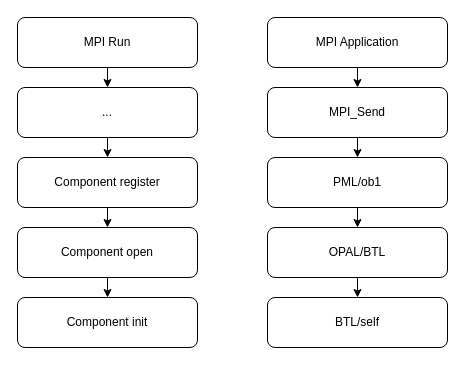
The draw.io diagram ompi/self-flow.drawio in Troyself/img-design-draw-io, before the edit. Source tidied: cells renumbered, new cells numbered last; positions are measured from the earlier drawing's top-left corner, leaving out a move shared by most shapes. Both pictures are drawn from the tidied source at 100%, with x=0, y=0 at pixel (17, 17).
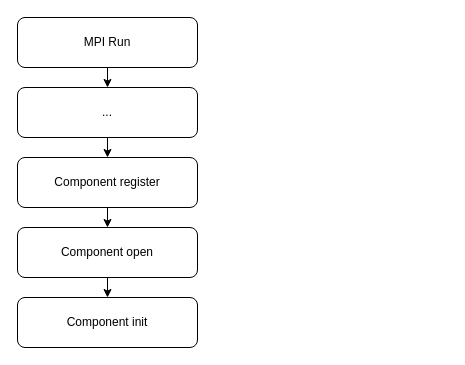
Above is the later version.

The edit, as a diff of the source:
```diff
@@
 <mxGraphModel>
   <root>
     <mxCell id="0" />
     <mxCell id="1" parent="0" />
     <mxCell id="2" style="edgeStyle=orthogonalEdgeStyle;rounded=0;jettySize=auto;html=1;exitX=0.5;exitY=1;exitDx=0;exitDy=0;entryX=0.5;entryY=0;entryDx=0;entryDy=0;fontFamily=Helvetica;fontSize=12;fontColor=default;" parent="1" edge="1" source="3" target="5">
       <mxGeometry relative="1" as="geometry" />
     </mxCell>
     <mxCell id="3" value="MPI Run" style="rounded=1;whiteSpace=wrap;html=1;fillColor=none;" parent="1" vertex="1">
       <mxGeometry width="180" height="50" as="geometry" />
     </mxCell>
     <mxCell id="4" style="edgeStyle=orthogonalEdgeStyle;rounded=0;jettySize=auto;html=1;exitX=0.5;exitY=1;exitDx=0;exitDy=0;entryX=0.5;entryY=0;entryDx=0;entryDy=0;fontFamily=Helvetica;fontSize=12;fontColor=default;" parent="1" edge="1" source="5" target="7">
       <mxGeometry relative="1" as="geometry" />
     </mxCell>
     <mxCell id="5" value="..." style="rounded=1;whiteSpace=wrap;html=1;fillColor=none;" parent="1" vertex="1">
       <mxGeometry y="70" width="180" height="50" as="geometry" />
     </mxCell>
     <mxCell id="6" style="edgeStyle=orthogonalEdgeStyle;rounded=0;jettySize=auto;html=1;exitX=0.5;exitY=1;exitDx=0;exitDy=0;entryX=0.5;entryY=0;entryDx=0;entryDy=0;fontFamily=Helvetica;fontSize=12;fontColor=default;" parent="1" edge="1" source="7" target="9">
       <mxGeometry relative="1" as="geometry" />
     </mxCell>
     <mxCell id="7" value="Component register" style="rounded=1;whiteSpace=wrap;html=1;fillColor=none;" parent="1" vertex="1">
       <mxGeometry y="140" width="180" height="50" as="geometry" />
     </mxCell>
     <mxCell id="8" style="edgeStyle=orthogonalEdgeStyle;rounded=0;jettySize=auto;html=1;exitX=0.5;exitY=1;exitDx=0;exitDy=0;entryX=0.5;entryY=0;entryDx=0;entryDy=0;fontFamily=Helvetica;fontSize=12;fontColor=default;" parent="1" edge="1" source="9" target="10">
       <mxGeometry relative="1" as="geometry" />
     </mxCell>
     <mxCell id="9" value="Component open" style="rounded=1;whiteSpace=wrap;html=1;fillColor=none;" parent="1" vertex="1">
       <mxGeometry y="210" width="180" height="50" as="geometry" />
     </mxCell>
     <mxCell id="10" value="Component init" style="rounded=1;whiteSpace=wrap;html=1;fillColor=none;" parent="1" vertex="1">
       <mxGeometry y="280" width="180" height="50" as="geometry" />
     </mxCell>
-    <mxCell id="11" style="edgeStyle=orthogonalEdgeStyle;rounded=0;jettySize=auto;html=1;exitX=0.5;exitY=1;exitDx=0;exitDy=0;entryX=0.5;entryY=0;entryDx=0;entryDy=0;fontFamily=Helvetica;fontSize=12;fontColor=default;" parent="1" edge="1" source="12" target="14">
-      <mxGeometry relative="1" as="geometry" />
-    </mxCell>
-    <mxCell id="12" value="MPI Application" style="rounded=1;whiteSpace=wrap;html=1;fillColor=none;" parent="1" vertex="1">
-      <mxGeometry x="250" width="180" height="50" as="geometry" />
-    </mxCell>
-    <mxCell id="13" style="edgeStyle=orthogonalEdgeStyle;rounded=0;jettySize=auto;html=1;exitX=0.5;exitY=1;exitDx=0;exitDy=0;entryX=0.5;entryY=0;entryDx=0;entryDy=0;fontFamily=Helvetica;fontSize=12;fontColor=default;" parent="1" edge="1" source="14" target="16">
-      <mxGeometry relative="1" as="geometry" />
-    </mxCell>
-    <mxCell id="14" value="MPI_Send" style="rounded=1;whiteSpace=wrap;html=1;fillColor=none;" parent="1" vertex="1">
-      <mxGeometry x="250" y="70" width="180" height="50" as="geometry" />
-    </mxCell>
-    <mxCell id="15" style="edgeStyle=orthogonalEdgeStyle;rounded=0;jettySize=auto;html=1;exitX=0.5;exitY=1;exitDx=0;exitDy=0;entryX=0.5;entryY=0;entryDx=0;entryDy=0;fontFamily=Helvetica;fontSize=12;fontColor=default;" parent="1" edge="1" source="16" target="18">
-      <mxGeometry relative="1" as="geometry" />
-    </mxCell>
-    <mxCell id="16" value="PML/ob1" style="rounded=1;whiteSpace=wrap;html=1;fillColor=none;" parent="1" vertex="1">
-      <mxGeometry x="250" y="140" width="180" height="50" as="geometry" />
-    </mxCell>
-    <mxCell id="17" style="edgeStyle=orthogonalEdgeStyle;rounded=0;jettySize=auto;html=1;exitX=0.5;exitY=1;exitDx=0;exitDy=0;entryX=0.5;entryY=0;entryDx=0;entryDy=0;fontFamily=Helvetica;fontSize=12;fontColor=default;" parent="1" edge="1" source="18" target="19">
-      <mxGeometry relative="1" as="geometry" />
-    </mxCell>
-    <mxCell id="18" value="OPAL/BTL" style="rounded=1;whiteSpace=wrap;html=1;fillColor=none;" parent="1" vertex="1">
-      <mxGeometry x="250" y="210" width="180" height="50" as="geometry" />
-    </mxCell>
-    <mxCell id="19" value="BTL/self" style="rounded=1;whiteSpace=wrap;html=1;fillColor=none;" parent="1" vertex="1">
-      <mxGeometry x="250" y="280" width="180" height="50" as="geometry" />
-    </mxCell>
   </root>
 </mxGraphModel>
```
